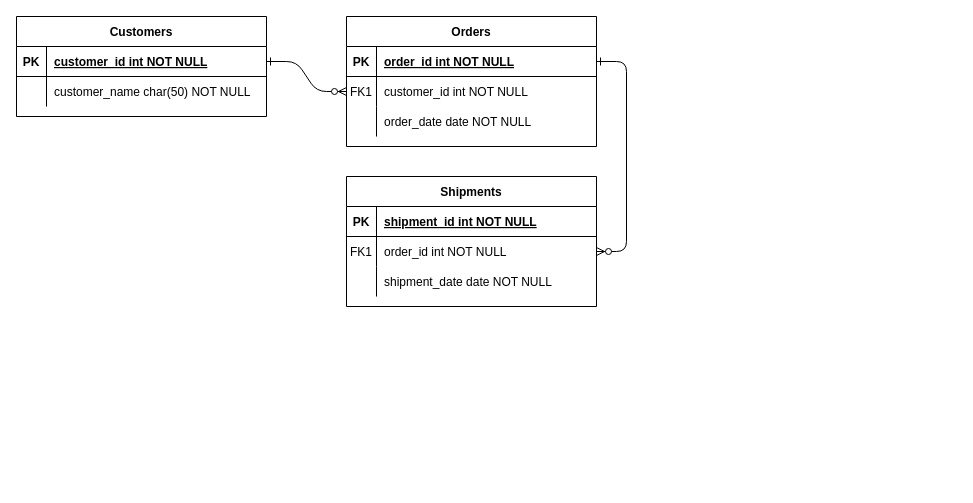
Above: tg-profile-entity-class-diagram.drawio in ImWaynnee/tg-profile-class-diagram (draw.io), before the change. Source tidied: cells renumbered, new cells numbered last; positions are measured from the earlier drawing's top-left corner, leaving out a move shared by most shapes. Both pictures are drawn from the tidied source at 100%, with x=0, y=0 at pixel (16, 16).
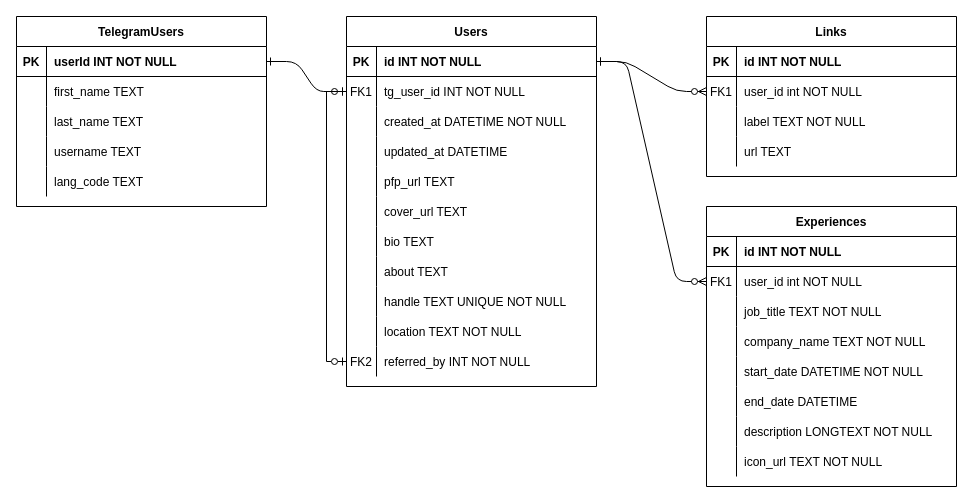
The same diagram, later.

Unchanged cells that the change refers to:
```xml
<mxCell id="5" style="shape=partialRectangle;fillColor=none;points=[[0,0.5],[1,0.5]];portConstraint=eastwest;top=0;left=0;right=0;bottom=1;" parent="4" vertex="1">
  <mxGeometry y="30" width="250" height="30" as="geometry" />
</mxCell>
<mxCell id="8" style="shape=partialRectangle;fillColor=none;points=[[0,0.5],[1,0.5]];portConstraint=eastwest;top=0;left=0;right=0;bottom=0;" parent="4" vertex="1">
  <mxGeometry y="60" width="250" height="30" as="geometry" />
</mxCell>
<mxCell id="11" style="shape=partialRectangle;fillColor=none;top=0;left=0;right=0;bottom=0;" parent="4" vertex="1">
  <mxGeometry y="90" width="250" height="30" as="geometry" />
</mxCell>
<mxCell id="15" style="shape=partialRectangle;fillColor=none;top=0;left=0;right=0;bottom=1;" parent="14" vertex="1">
  <mxGeometry y="30" width="250" height="30" as="geometry" />
</mxCell>
<mxCell id="18" style="shape=partialRectangle;fillColor=none;points=[[0,0.5],[1,0.5]];portConstraint=eastwest;top=0;left=0;right=0;bottom=0;" parent="14" vertex="1">
  <mxGeometry y="60" width="250" height="30" as="geometry" />
</mxCell>
<mxCell id="21" style="shape=partialRectangle;fillColor=none;top=0;left=0;right=0;bottom=0;" parent="14" vertex="1">
  <mxGeometry y="90" width="250" height="30" as="geometry" />
</mxCell>
<mxCell id="25" style="shape=partialRectangle;fillColor=none;points=[[0,0.5],[1,0.5]];portConstraint=eastwest;top=0;left=0;right=0;bottom=1;" parent="24" vertex="1">
  <mxGeometry y="30" width="250" height="30" as="geometry" />
</mxCell>
```

What changed in the source:
```diff
@@
-    <mxCell id="2" style="edgeStyle=entityRelationEdgeStyle;endArrow=ERzeroToMany;startArrow=ERone;endFill=1;startFill=0;" parent="1" edge="1" source="25" target="8">
+    <mxCell id="2" style="edgeStyle=entityRelationEdgeStyle;endArrow=ERzeroToOne;startArrow=ERone;endFill=0;startFill=0;" parent="1" edge="1" source="25" target="8">
       <mxGeometry relative="1" as="geometry" />
     </mxCell>
@@
-    <mxCell id="4" value="Orders" style="shape=table;startSize=30;childLayout=tableLayout;rowLines=0;fontStyle=1;align=center;" parent="1" vertex="1">
-      <mxGeometry x="330" width="250" height="130" as="geometry" />
+    <mxCell id="4" value="Users" style="shape=table;startSize=30;childLayout=tableLayout;rowLines=0;fontStyle=1;align=center;" parent="1" vertex="1">
+      <mxGeometry x="330" width="250" height="370" as="geometry" />
     </mxCell>
@@
-    <mxCell id="7" value="order_id int NOT NULL " style="shape=partialRectangle;overflow=hidden;fillColor=none;top=0;left=0;bottom=0;right=0;align=left;spacingLeft=6;fontStyle=5;" parent="5" vertex="1">
+    <mxCell id="7" value="id INT NOT NULL " style="shape=partialRectangle;overflow=hidden;fillColor=none;top=0;left=0;bottom=0;right=0;align=left;spacingLeft=6;fontStyle=1;" parent="5" vertex="1">
       <mxGeometry x="30" width="220" height="30" as="geometry" />
     </mxCell>
@@
-    <mxCell id="10" value="customer_id int NOT NULL" style="shape=partialRectangle;overflow=hidden;fillColor=none;top=0;left=0;bottom=0;right=0;align=left;spacingLeft=6;" parent="8" vertex="1">
+    <mxCell id="10" value="tg_user_id INT NOT NULL" style="shape=partialRectangle;overflow=hidden;fillColor=none;top=0;left=0;bottom=0;right=0;align=left;spacingLeft=6;" parent="8" vertex="1">
       <mxGeometry x="30" width="220" height="30" as="geometry" />
     </mxCell>
@@
-    <mxCell id="13" value="order_date date NOT NULL" style="shape=partialRectangle;overflow=hidden;fillColor=none;top=0;left=0;bottom=0;right=0;align=left;spacingLeft=6;" parent="11" vertex="1">
+    <mxCell id="13" value="created_at DATETIME NOT NULL" style="shape=partialRectangle;overflow=hidden;fillColor=none;top=0;left=0;bottom=0;right=0;align=left;spacingLeft=6;" parent="11" vertex="1">
       <mxGeometry x="30" width="220" height="30" as="geometry" />
     </mxCell>
+    <mxCell id="31" style="shape=partialRectangle;fillColor=none;top=0;left=0;right=0;bottom=0;" parent="4" vertex="1">
+      <mxGeometry y="120" width="250" height="30" as="geometry" />
+    </mxCell>
+    <mxCell id="32" style="shape=partialRectangle;overflow=hidden;fillColor=none;top=0;left=0;bottom=0;right=0;" parent="31" vertex="1">
+      <mxGeometry width="30" height="30" as="geometry" />
+    </mxCell>
+    <mxCell id="33" value="updated_at DATETIME" style="shape=partialRectangle;overflow=hidden;fillColor=none;top=0;left=0;bottom=0;right=0;align=left;spacingLeft=6;" parent="31" vertex="1">
+      <mxGeometry x="30" width="220" height="30" as="geometry" />
+    </mxCell>
+    <mxCell id="34" style="shape=partialRectangle;fillColor=none;top=0;left=0;right=0;bottom=0;" parent="4" vertex="1">
+      <mxGeometry y="150" width="250" height="30" as="geometry" />
+    </mxCell>
+    <mxCell id="35" style="shape=partialRectangle;overflow=hidden;fillColor=none;top=0;left=0;bottom=0;right=0;" parent="34" vertex="1">
+      <mxGeometry width="30" height="30" as="geometry" />
+    </mxCell>
+    <mxCell id="36" value="pfp_url TEXT" style="shape=partialRectangle;overflow=hidden;fillColor=none;top=0;left=0;bottom=0;right=0;align=left;spacingLeft=6;" parent="34" vertex="1">
+      <mxGeometry x="30" width="220" height="30" as="geometry" />
+    </mxCell>
+    <mxCell id="37" style="shape=partialRectangle;fillColor=none;top=0;left=0;right=0;bottom=0;" parent="4" vertex="1">
+      <mxGeometry y="180" width="250" height="30" as="geometry" />
+    </mxCell>
+    <mxCell id="38" style="shape=partialRectangle;overflow=hidden;fillColor=none;top=0;left=0;bottom=0;right=0;" parent="37" vertex="1">
+      <mxGeometry width="30" height="30" as="geometry" />
+    </mxCell>
+    <mxCell id="39" value="cover_url TEXT" style="shape=partialRectangle;overflow=hidden;fillColor=none;top=0;left=0;bottom=0;right=0;align=left;spacingLeft=6;" parent="37" vertex="1">
+      <mxGeometry x="30" width="220" height="30" as="geometry" />
+    </mxCell>
+    <mxCell id="40" style="shape=partialRectangle;fillColor=none;top=0;left=0;right=0;bottom=0;" parent="4" vertex="1">
+      <mxGeometry y="210" width="250" height="30" as="geometry" />
+    </mxCell>
+    <mxCell id="41" style="shape=partialRectangle;overflow=hidden;fillColor=none;top=0;left=0;bottom=0;right=0;" parent="40" vertex="1">
+      <mxGeometry width="30" height="30" as="geometry" />
+    </mxCell>
+    <mxCell id="42" value="bio TEXT" style="shape=partialRectangle;overflow=hidden;fillColor=none;top=0;left=0;bottom=0;right=0;align=left;spacingLeft=6;" parent="40" vertex="1">
+      <mxGeometry x="30" width="220" height="30" as="geometry" />
+    </mxCell>
+    <mxCell id="43" style="shape=partialRectangle;fillColor=none;top=0;left=0;right=0;bottom=0;" parent="4" vertex="1">
+      <mxGeometry y="240" width="250" height="30" as="geometry" />
+    </mxCell>
+    <mxCell id="44" style="shape=partialRectangle;overflow=hidden;fillColor=none;top=0;left=0;bottom=0;right=0;" parent="43" vertex="1">
+      <mxGeometry width="30" height="30" as="geometry" />
+    </mxCell>
+    <mxCell id="45" value="about TEXT" style="shape=partialRectangle;overflow=hidden;fillColor=none;top=0;left=0;bottom=0;right=0;align=left;spacingLeft=6;" parent="43" vertex="1">
+      <mxGeometry x="30" width="220" height="30" as="geometry" />
+    </mxCell>
+    <mxCell id="46" style="shape=partialRectangle;fillColor=none;top=0;left=0;right=0;bottom=0;" parent="4" vertex="1">
+      <mxGeometry y="270" width="250" height="30" as="geometry" />
+    </mxCell>
+    <mxCell id="47" style="shape=partialRectangle;overflow=hidden;fillColor=none;top=0;left=0;bottom=0;right=0;" parent="46" vertex="1">
+      <mxGeometry width="30" height="30" as="geometry" />
+    </mxCell>
+    <mxCell id="48" value="handle TEXT UNIQUE NOT NULL" style="shape=partialRectangle;overflow=hidden;fillColor=none;top=0;left=0;bottom=0;right=0;align=left;spacingLeft=6;" parent="46" vertex="1">
+      <mxGeometry x="30" width="220" height="30" as="geometry" />
+    </mxCell>
+    <mxCell id="49" style="shape=partialRectangle;fillColor=none;top=0;left=0;right=0;bottom=0;" parent="4" vertex="1">
+      <mxGeometry y="300" width="250" height="30" as="geometry" />
+    </mxCell>
+    <mxCell id="50" style="shape=partialRectangle;overflow=hidden;fillColor=none;top=0;left=0;bottom=0;right=0;" parent="49" vertex="1">
+      <mxGeometry width="30" height="30" as="geometry" />
+    </mxCell>
+    <mxCell id="51" value="location TEXT NOT NULL" style="shape=partialRectangle;overflow=hidden;fillColor=none;top=0;left=0;bottom=0;right=0;align=left;spacingLeft=6;" parent="49" vertex="1">
+      <mxGeometry x="30" width="220" height="30" as="geometry" />
+    </mxCell>
+    <mxCell id="52" style="shape=partialRectangle;fillColor=none;points=[[0,0.5],[1,0.5]];portConstraint=eastwest;top=0;left=0;right=0;bottom=0;" parent="4" vertex="1">
+      <mxGeometry y="330" width="250" height="30" as="geometry" />
+    </mxCell>
+    <mxCell id="53" value="FK2" style="shape=partialRectangle;overflow=hidden;fillColor=none;top=0;left=0;bottom=0;right=0;" parent="52" vertex="1">
+      <mxGeometry width="30" height="30" as="geometry" />
+    </mxCell>
+    <mxCell id="54" value="referred_by INT NOT NULL" style="shape=partialRectangle;overflow=hidden;fillColor=none;top=0;left=0;bottom=0;right=0;align=left;spacingLeft=6;" parent="52" vertex="1">
+      <mxGeometry x="30" width="220" height="30" as="geometry" />
+    </mxCell>
-    <mxCell id="14" value="Shipments" style="shape=table;startSize=30;childLayout=tableLayout;rowLines=0;fontStyle=1;align=center;" parent="1" vertex="1">
-      <mxGeometry x="330" y="160" width="250" height="130" as="geometry" />
+    <mxCell id="14" value="Links" style="shape=table;startSize=30;childLayout=tableLayout;rowLines=0;fontStyle=1;align=center;" parent="1" vertex="1">
+      <mxGeometry x="690" width="250" height="160" as="geometry" />
     </mxCell>
@@
-    <mxCell id="17" value="shipment_id int NOT NULL " style="shape=partialRectangle;overflow=hidden;fillColor=none;top=0;left=0;bottom=0;right=0;align=left;spacingLeft=6;fontStyle=5;" parent="15" vertex="1">
+    <mxCell id="17" value="id INT NOT NULL" style="shape=partialRectangle;overflow=hidden;fillColor=none;top=0;left=0;bottom=0;right=0;align=left;spacingLeft=6;fontStyle=1;" parent="15" vertex="1">
       <mxGeometry x="30" width="220" height="30" as="geometry" />
     </mxCell>
@@
-    <mxCell id="20" value="order_id int NOT NULL" style="shape=partialRectangle;overflow=hidden;fillColor=none;top=0;left=0;bottom=0;right=0;align=left;spacingLeft=6;" parent="18" vertex="1">
+    <mxCell id="20" value="user_id int NOT NULL" style="shape=partialRectangle;overflow=hidden;fillColor=none;top=0;left=0;bottom=0;right=0;align=left;spacingLeft=6;" parent="18" vertex="1">
       <mxGeometry x="30" width="220" height="30" as="geometry" />
     </mxCell>
@@
-    <mxCell id="23" value="shipment_date date NOT NULL" style="shape=partialRectangle;overflow=hidden;fillColor=none;top=0;left=0;bottom=0;right=0;align=left;spacingLeft=6;" parent="21" vertex="1">
+    <mxCell id="23" value="label TEXT NOT NULL" style="shape=partialRectangle;overflow=hidden;fillColor=none;top=0;left=0;bottom=0;right=0;align=left;spacingLeft=6;" parent="21" vertex="1">
       <mxGeometry x="30" width="220" height="30" as="geometry" />
     </mxCell>
+    <mxCell id="55" style="shape=partialRectangle;fillColor=none;top=0;left=0;right=0;bottom=0;" parent="14" vertex="1">
+      <mxGeometry y="120" width="250" height="30" as="geometry" />
+    </mxCell>
+    <mxCell id="56" style="shape=partialRectangle;overflow=hidden;fillColor=none;top=0;left=0;bottom=0;right=0;" parent="55" vertex="1">
+      <mxGeometry width="30" height="30" as="geometry" />
+    </mxCell>
+    <mxCell id="57" value="url TEXT" style="shape=partialRectangle;overflow=hidden;fillColor=none;top=0;left=0;bottom=0;right=0;align=left;spacingLeft=6;" parent="55" vertex="1">
+      <mxGeometry x="30" width="220" height="30" as="geometry" />
+    </mxCell>
-    <mxCell id="24" value="Customers" style="shape=table;startSize=30;childLayout=tableLayout;rowLines=0;fontStyle=1;align=center;" parent="1" vertex="1">
-      <mxGeometry width="250" height="100" as="geometry" />
+    <mxCell id="24" value="TelegramUsers" style="shape=table;startSize=30;childLayout=tableLayout;rowLines=0;fontStyle=1;align=center;" parent="1" vertex="1">
+      <mxGeometry width="250" height="190" as="geometry" />
     </mxCell>
@@
-    <mxCell id="27" value="customer_id int NOT NULL " style="shape=partialRectangle;overflow=hidden;fillColor=none;top=0;left=0;bottom=0;right=0;align=left;spacingLeft=6;fontStyle=5;" parent="25" vertex="1">
+    <mxCell id="27" value="userId INT NOT NULL " style="shape=partialRectangle;overflow=hidden;fillColor=none;top=0;left=0;bottom=0;right=0;align=left;spacingLeft=6;fontStyle=1;" parent="25" vertex="1">
       <mxGeometry x="30" width="220" height="30" as="geometry" />
     </mxCell>
-    <mxCell id="28" style="shape=partialRectangle;fillColor=none;top=0;left=0;right=0;bottom=0;" parent="24" vertex="1">
-      <mxGeometry y="60" width="250" height="30" as="geometry" />
-    </mxCell>
-    <mxCell id="29" style="shape=partialRectangle;overflow=hidden;fillColor=none;top=0;left=0;bottom=0;right=0;" parent="28" vertex="1">
-      <mxGeometry width="30" height="30" as="geometry" />
-    </mxCell>
-    <mxCell id="30" value="customer_name char(50) NOT NULL" style="shape=partialRectangle;overflow=hidden;fillColor=none;top=0;left=0;bottom=0;right=0;align=left;spacingLeft=6;" parent="28" vertex="1">
-      <mxGeometry x="30" width="220" height="30" as="geometry" />
-    </mxCell>
+    <mxCell id="58" style="shape=partialRectangle;fillColor=none;top=0;left=0;right=0;bottom=0;" parent="24" vertex="1">
+      <mxGeometry y="60" width="250" height="30" as="geometry" />
+    </mxCell>
+    <mxCell id="59" style="shape=partialRectangle;overflow=hidden;fillColor=none;top=0;left=0;bottom=0;right=0;" parent="58" vertex="1">
+      <mxGeometry width="30" height="30" as="geometry" />
+    </mxCell>
+    <mxCell id="60" value="first_name TEXT" style="shape=partialRectangle;overflow=hidden;fillColor=none;top=0;left=0;bottom=0;right=0;align=left;spacingLeft=6;" parent="58" vertex="1">
+      <mxGeometry x="30" width="220" height="30" as="geometry" />
+    </mxCell>
+    <mxCell id="61" style="shape=partialRectangle;fillColor=none;top=0;left=0;right=0;bottom=0;" parent="24" vertex="1">
+      <mxGeometry y="90" width="250" height="30" as="geometry" />
+    </mxCell>
+    <mxCell id="62" style="shape=partialRectangle;overflow=hidden;fillColor=none;top=0;left=0;bottom=0;right=0;" parent="61" vertex="1">
+      <mxGeometry width="30" height="30" as="geometry" />
+    </mxCell>
+    <mxCell id="63" value="last_name TEXT" style="shape=partialRectangle;overflow=hidden;fillColor=none;top=0;left=0;bottom=0;right=0;align=left;spacingLeft=6;" parent="61" vertex="1">
+      <mxGeometry x="30" width="220" height="30" as="geometry" />
+    </mxCell>
+    <mxCell id="64" style="shape=partialRectangle;fillColor=none;top=0;left=0;right=0;bottom=0;" parent="24" vertex="1">
+      <mxGeometry y="120" width="250" height="30" as="geometry" />
+    </mxCell>
+    <mxCell id="65" style="shape=partialRectangle;overflow=hidden;fillColor=none;top=0;left=0;bottom=0;right=0;" parent="64" vertex="1">
+      <mxGeometry width="30" height="30" as="geometry" />
+    </mxCell>
+    <mxCell id="66" value="username TEXT" style="shape=partialRectangle;overflow=hidden;fillColor=none;top=0;left=0;bottom=0;right=0;align=left;spacingLeft=6;" parent="64" vertex="1">
+      <mxGeometry x="30" width="220" height="30" as="geometry" />
+    </mxCell>
+    <mxCell id="67" style="shape=partialRectangle;fillColor=none;top=0;left=0;right=0;bottom=0;" parent="24" vertex="1">
+      <mxGeometry y="150" width="250" height="30" as="geometry" />
+    </mxCell>
+    <mxCell id="68" style="shape=partialRectangle;overflow=hidden;fillColor=none;top=0;left=0;bottom=0;right=0;" parent="67" vertex="1">
+      <mxGeometry width="30" height="30" as="geometry" />
+    </mxCell>
+    <mxCell id="69" value="lang_code TEXT" style="shape=partialRectangle;overflow=hidden;fillColor=none;top=0;left=0;bottom=0;right=0;align=left;spacingLeft=6;" parent="67" vertex="1">
+      <mxGeometry x="30" width="220" height="30" as="geometry" />
+    </mxCell>
+    <mxCell id="70" value="Experiences" style="shape=table;startSize=30;childLayout=tableLayout;rowLines=0;fontStyle=1;align=center;" parent="1" vertex="1">
+      <mxGeometry x="690" y="190" width="250" height="280" as="geometry" />
+    </mxCell>
+    <mxCell id="71" style="shape=partialRectangle;fillColor=none;top=0;left=0;right=0;bottom=1;" parent="70" vertex="1">
+      <mxGeometry y="30" width="250" height="30" as="geometry" />
+    </mxCell>
+    <mxCell id="72" value="PK" style="shape=partialRectangle;overflow=hidden;fillColor=none;top=0;left=0;bottom=0;right=0;fontStyle=1;" parent="71" vertex="1">
+      <mxGeometry width="30" height="30" as="geometry" />
+    </mxCell>
+    <mxCell id="73" value="id INT NOT NULL" style="shape=partialRectangle;overflow=hidden;fillColor=none;top=0;left=0;bottom=0;right=0;align=left;spacingLeft=6;fontStyle=1;" parent="71" vertex="1">
+      <mxGeometry x="30" width="220" height="30" as="geometry" />
+    </mxCell>
+    <mxCell id="74" style="shape=partialRectangle;fillColor=none;points=[[0,0.5],[1,0.5]];portConstraint=eastwest;top=0;left=0;right=0;bottom=0;" parent="70" vertex="1">
+      <mxGeometry y="60" width="250" height="30" as="geometry" />
+    </mxCell>
+    <mxCell id="75" value="FK1" style="shape=partialRectangle;overflow=hidden;fillColor=none;top=0;left=0;bottom=0;right=0;" parent="74" vertex="1">
+      <mxGeometry width="30" height="30" as="geometry" />
+    </mxCell>
+    <mxCell id="76" value="user_id int NOT NULL" style="shape=partialRectangle;overflow=hidden;fillColor=none;top=0;left=0;bottom=0;right=0;align=left;spacingLeft=6;" parent="74" vertex="1">
+      <mxGeometry x="30" width="220" height="30" as="geometry" />
+    </mxCell>
+    <mxCell id="77" style="shape=partialRectangle;fillColor=none;top=0;left=0;right=0;bottom=0;" parent="70" vertex="1">
+      <mxGeometry y="90" width="250" height="30" as="geometry" />
+    </mxCell>
+    <mxCell id="78" style="shape=partialRectangle;overflow=hidden;fillColor=none;top=0;left=0;bottom=0;right=0;" parent="77" vertex="1">
+      <mxGeometry width="30" height="30" as="geometry" />
+    </mxCell>
+    <mxCell id="79" value="job_title TEXT NOT NULL" style="shape=partialRectangle;overflow=hidden;fillColor=none;top=0;left=0;bottom=0;right=0;align=left;spacingLeft=6;" parent="77" vertex="1">
+      <mxGeometry x="30" width="220" height="30" as="geometry" />
+    </mxCell>
+    <mxCell id="80" style="shape=partialRectangle;fillColor=none;top=0;left=0;right=0;bottom=0;" parent="70" vertex="1">
+      <mxGeometry y="120" width="250" height="30" as="geometry" />
+    </mxCell>
+    <mxCell id="81" style="shape=partialRectangle;overflow=hidden;fillColor=none;top=0;left=0;bottom=0;right=0;" parent="80" vertex="1">
+      <mxGeometry width="30" height="30" as="geometry" />
+    </mxCell>
+    <mxCell id="82" value="company_name TEXT NOT NULL" style="shape=partialRectangle;overflow=hidden;fillColor=none;top=0;left=0;bottom=0;right=0;align=left;spacingLeft=6;" parent="80" vertex="1">
+      <mxGeometry x="30" width="220" height="30" as="geometry" />
+    </mxCell>
+    <mxCell id="83" style="shape=partialRectangle;fillColor=none;top=0;left=0;right=0;bottom=0;" parent="70" vertex="1">
+      <mxGeometry y="150" width="250" height="30" as="geometry" />
+    </mxCell>
+    <mxCell id="84" style="shape=partialRectangle;overflow=hidden;fillColor=none;top=0;left=0;bottom=0;right=0;" parent="83" vertex="1">
+      <mxGeometry width="30" height="30" as="geometry" />
+    </mxCell>
+    <mxCell id="85" value="start_date DATETIME NOT NULL" style="shape=partialRectangle;overflow=hidden;fillColor=none;top=0;left=0;bottom=0;right=0;align=left;spacingLeft=6;" parent="83" vertex="1">
+      <mxGeometry x="30" width="220" height="30" as="geometry" />
+    </mxCell>
+    <mxCell id="86" style="shape=partialRectangle;fillColor=none;top=0;left=0;right=0;bottom=0;" parent="70" vertex="1">
+      <mxGeometry y="180" width="250" height="30" as="geometry" />
+    </mxCell>
+    <mxCell id="87" style="shape=partialRectangle;overflow=hidden;fillColor=none;top=0;left=0;bottom=0;right=0;" parent="86" vertex="1">
+      <mxGeometry width="30" height="30" as="geometry" />
+    </mxCell>
+    <mxCell id="88" value="end_date DATETIME" style="shape=partialRectangle;overflow=hidden;fillColor=none;top=0;left=0;bottom=0;right=0;align=left;spacingLeft=6;" parent="86" vertex="1">
+      <mxGeometry x="30" width="220" height="30" as="geometry" />
+    </mxCell>
+    <mxCell id="89" style="shape=partialRectangle;fillColor=none;top=0;left=0;right=0;bottom=0;" parent="70" vertex="1">
+      <mxGeometry y="210" width="250" height="30" as="geometry" />
+    </mxCell>
+    <mxCell id="90" style="shape=partialRectangle;overflow=hidden;fillColor=none;top=0;left=0;bottom=0;right=0;" parent="89" vertex="1">
+      <mxGeometry width="30" height="30" as="geometry" />
+    </mxCell>
+    <mxCell id="91" value="description LONGTEXT NOT NULL" style="shape=partialRectangle;overflow=hidden;fillColor=none;top=0;left=0;bottom=0;right=0;align=left;spacingLeft=6;" parent="89" vertex="1">
+      <mxGeometry x="30" width="220" height="30" as="geometry" />
+    </mxCell>
+    <mxCell id="92" style="shape=partialRectangle;fillColor=none;top=0;left=0;right=0;bottom=0;" parent="70" vertex="1">
+      <mxGeometry y="240" width="250" height="30" as="geometry" />
+    </mxCell>
+    <mxCell id="93" style="shape=partialRectangle;overflow=hidden;fillColor=none;top=0;left=0;bottom=0;right=0;" parent="92" vertex="1">
+      <mxGeometry width="30" height="30" as="geometry" />
+    </mxCell>
+    <mxCell id="94" value="icon_url TEXT NOT NULL" style="shape=partialRectangle;overflow=hidden;fillColor=none;top=0;left=0;bottom=0;right=0;align=left;spacingLeft=6;" parent="92" vertex="1">
+      <mxGeometry x="30" width="220" height="30" as="geometry" />
+    </mxCell>
+    <mxCell id="95" style="edgeStyle=entityRelationEdgeStyle;endArrow=ERzeroToMany;startArrow=ERone;endFill=1;startFill=0;exitX=1;exitY=0.5;exitDx=0;exitDy=0;" parent="1" edge="1" source="5" target="74">
+      <mxGeometry relative="1" as="geometry" />
+    </mxCell>
+    <mxCell id="96" style="edgeStyle=orthogonalEdgeStyle;rounded=0;jettySize=auto;html=1;exitX=0;exitY=0.5;exitDx=0;exitDy=0;entryX=0;entryY=0.5;entryDx=0;entryDy=0;startArrow=ERzeroToOne;startFill=0;endArrow=ERone;endFill=0;" parent="1" edge="1" source="52" target="8">
+      <mxGeometry relative="1" as="geometry" />
+    </mxCell>
```
